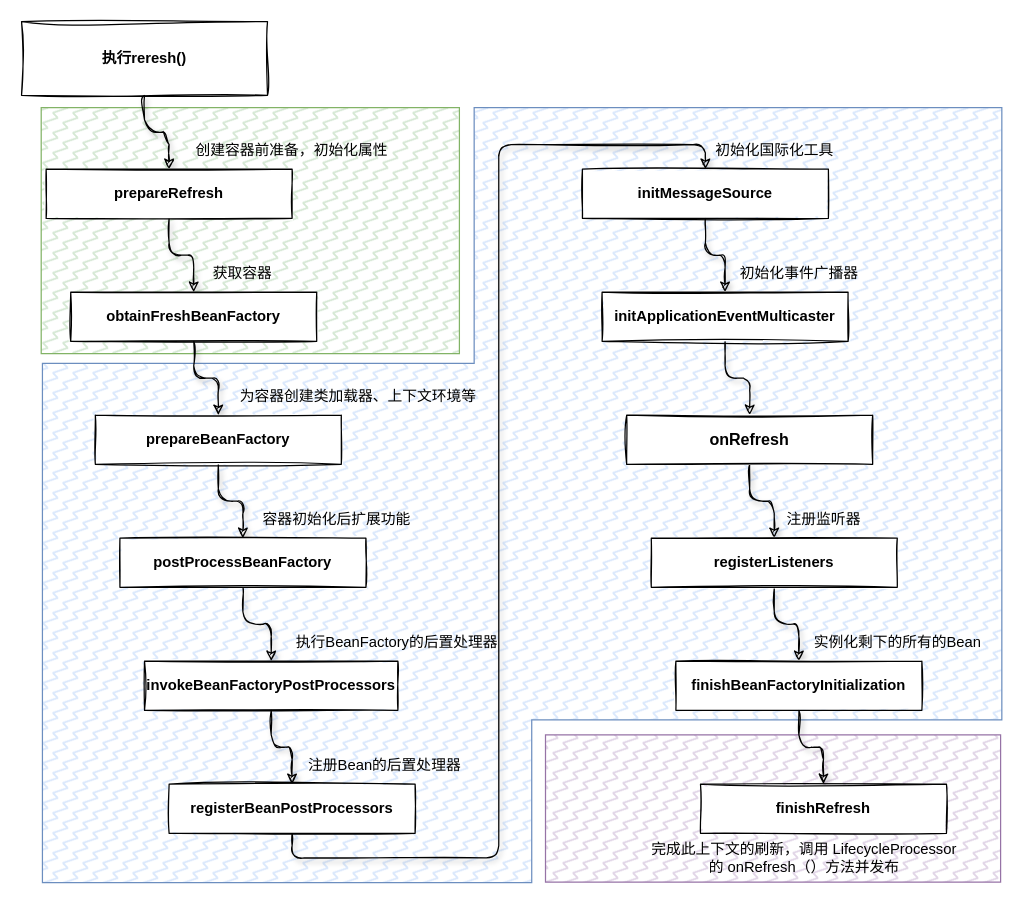
The draw.io diagram draw/spring/第二篇refresh流程 的副本.drawio in Thechc/materials, before the edit. Source tidied: cells renumbered, new cells numbered last; positions are measured from the earlier drawing's top-left corner, leaving out a move shared by most shapes. Both pictures are drawn from the tidied source at 123%, with x=0, y=0 at pixel (21, 21).
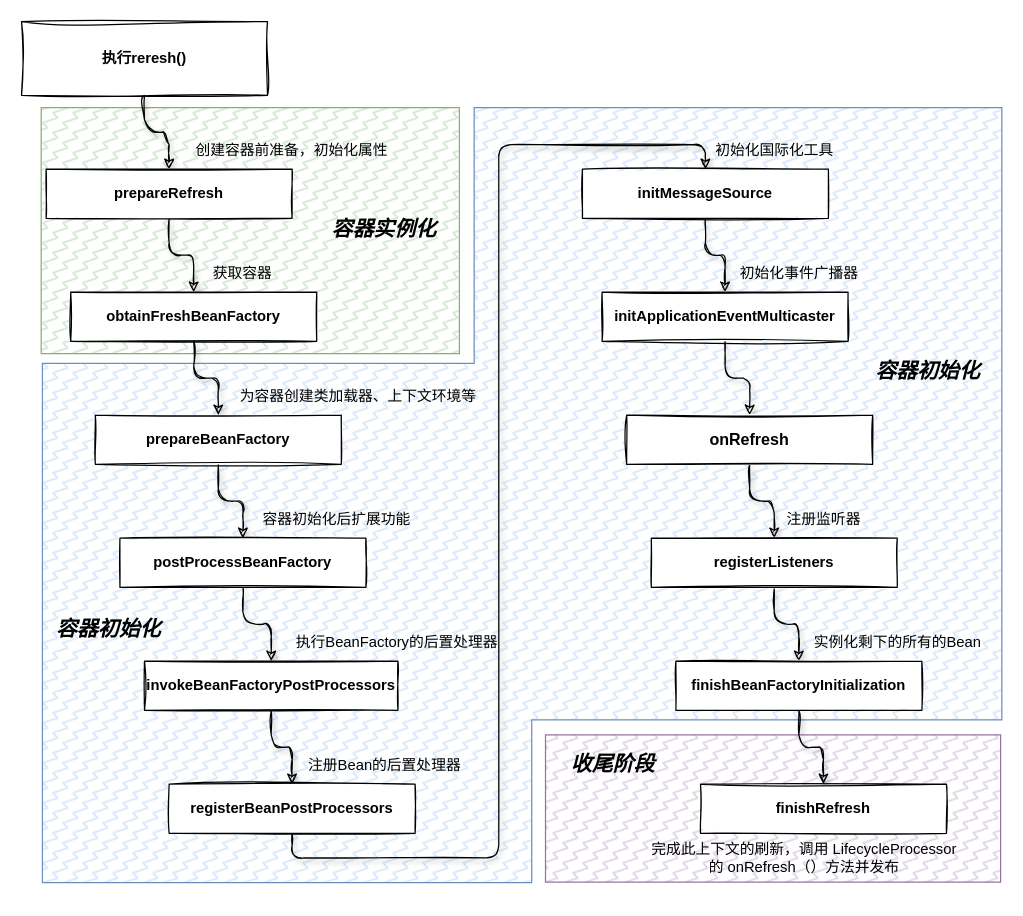
The same diagram, later.

Commit message:
更新第二篇refresh流程2.drawio

The edit, as a diff of the source:
```diff
@@
+    <mxCell id="41" value="容器实例化" style="text;html=1;strokeColor=none;fillColor=none;align=center;verticalAlign=middle;whiteSpace=wrap;rounded=0;fontColor=#000000;fontStyle=3;fontSize=17;" parent="1" vertex="1">
+      <mxGeometry x="245" y="155" width="100" height="30" as="geometry" />
+    </mxCell>
+    <mxCell id="42" value="容器初始化" style="text;html=1;strokeColor=none;fillColor=none;align=center;verticalAlign=middle;whiteSpace=wrap;rounded=0;fontColor=#000000;fontSize=17;fontStyle=3;" parent="1" vertex="1">
+      <mxGeometry x="26" y="480" width="90" height="30" as="geometry" />
+    </mxCell>
+    <mxCell id="43" value="容器初始化" style="text;html=1;strokeColor=none;fillColor=none;align=center;verticalAlign=middle;whiteSpace=wrap;rounded=0;fontColor=#000000;fontSize=17;fontStyle=3;" parent="1" vertex="1">
+      <mxGeometry x="692" y="270" width="90" height="30" as="geometry" />
+    </mxCell>
+    <mxCell id="44" value="收尾阶段" style="text;html=1;strokeColor=none;fillColor=none;align=center;verticalAlign=middle;whiteSpace=wrap;rounded=0;fontColor=#000000;fontSize=17;fontStyle=3;" parent="1" vertex="1">
+      <mxGeometry x="436" y="590" width="90" height="30" as="geometry" />
+    </mxCell>
```
